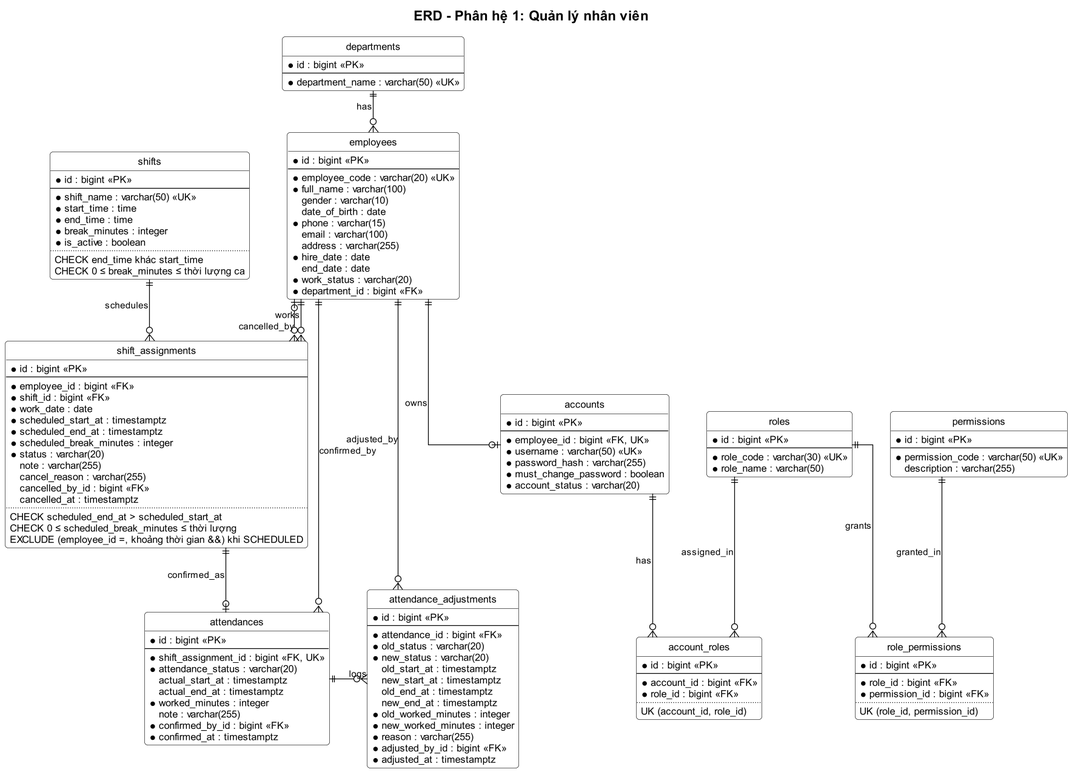
Above: docs/01-quan-ly-nhan-vien/erd.png in Anpham120/restaurant-management-system (PlantUML), before the change.
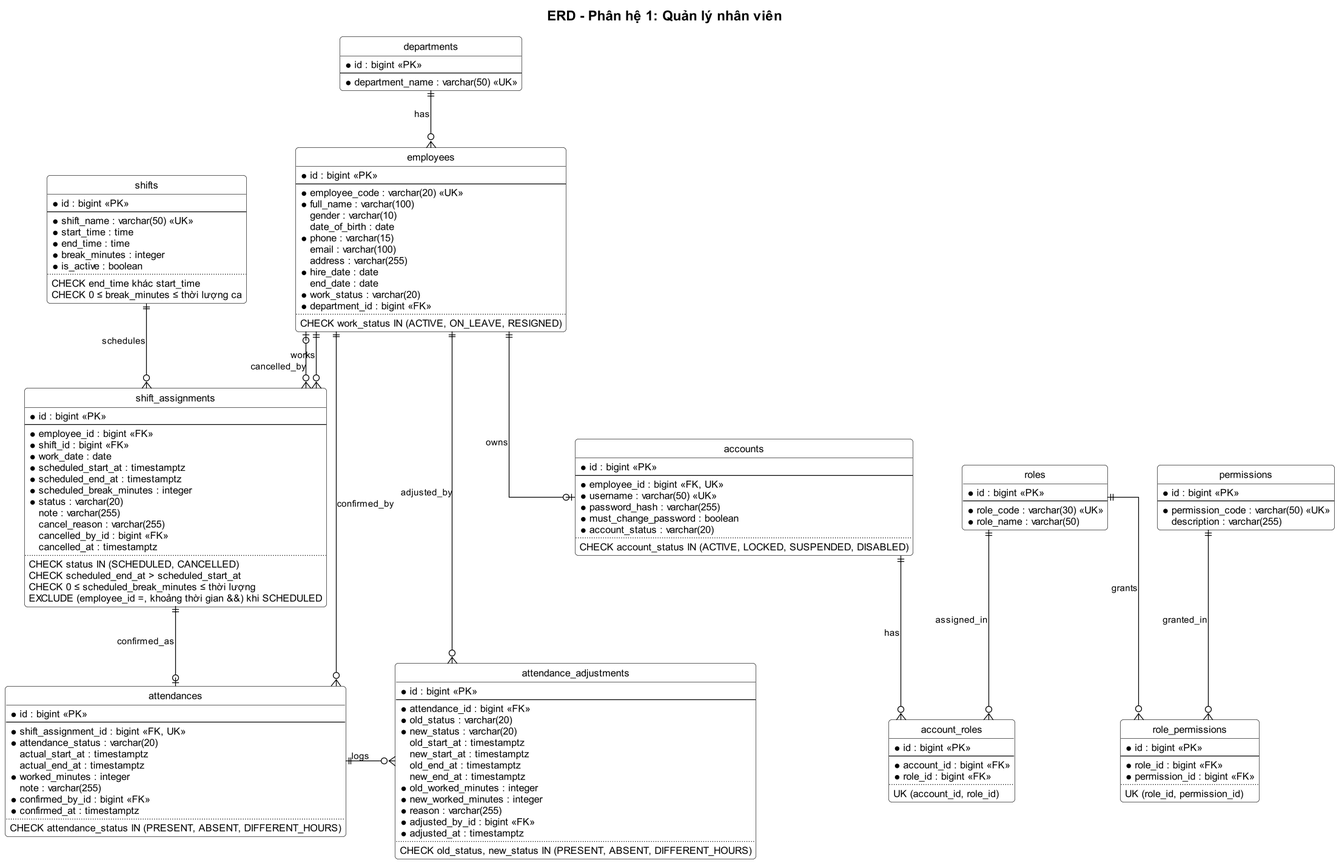
After the commit.

What changed in the source:
```diff
@@ -3,8 +3,8 @@
 hide circle
 set separator none
 skinparam linetype ortho
-skinparam nodesep 50
-skinparam ranksep 55
+skinparam nodesep 65
+skinparam ranksep 75
 title ERD - Phân hệ 1: Quản lý nhân viên
 
 entity "departments" as departments {
@@ -27,6 +27,8 @@
   end_date : date
   * work_status : varchar(20)
   * department_id : bigint <<FK>>
+  ..
+  CHECK work_status IN (ACTIVE, ON_LEAVE, RESIGNED)
 }
 
 entity "accounts" as accounts {
@@ -37,6 +39,8 @@
   * password_hash : varchar(255)
   * must_change_password : boolean
   * account_status : varchar(20)
+  ..
+  CHECK account_status IN (ACTIVE, LOCKED, SUSPENDED, DISABLED)
 }
 
 entity "roles" as roles {
@@ -99,6 +103,7 @@
   cancelled_by_id : bigint <<FK>>
   cancelled_at : timestamptz
   ..
+  CHECK status IN (SCHEDULED, CANCELLED)
   CHECK scheduled_end_at > scheduled_start_at
   CHECK 0 ≤ scheduled_break_minutes ≤ thời lượng
   EXCLUDE (employee_id =, khoảng thời gian &&) khi SCHEDULED
@@ -115,6 +120,8 @@
   note : varchar(255)
   * confirmed_by_id : bigint <<FK>>
   * confirmed_at : timestamptz
+  ..
+  CHECK attendance_status IN (PRESENT, ABSENT, DIFFERENT_HOURS)
 }
 
 entity "attendance_adjustments" as attendance_adjustments {
@@ -132,6 +139,8 @@
   * reason : varchar(255)
   * adjusted_by_id : bigint <<FK>>
   * adjusted_at : timestamptz
+  ..
+  CHECK old_status, new_status IN (PRESENT, ABSENT, DIFFERENT_HOURS)
 }
 
 departments ||--o{ employees : has
```
